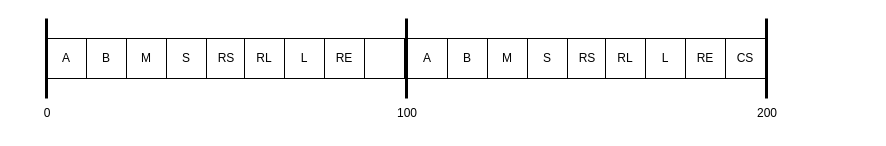
Before: schedulers/arduino/C_stop.drawio in CosminOctavianPetre/RTS-P1-Cyclic-Scheduling, a draw.io diagram. Source tidied: cells renumbered, new cells numbered last; positions are measured from the earlier drawing's top-left corner, leaving out a move shared by most shapes. Both pictures are drawn from the tidied source at 100%, with x=0, y=0 at pixel (17, 18).
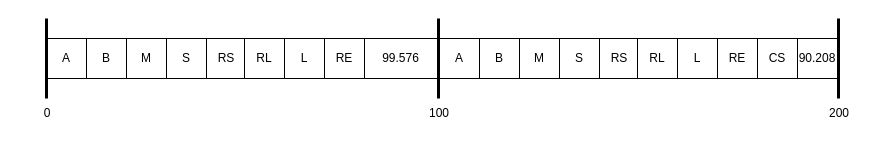
The same diagram, later.

Diff of the diagram source:
```diff
@@
     <mxCell id="4" style="endArrow=none;html=1;rounded=0;strokeWidth=3;strokeColor=default;" parent="1" edge="1">
       <mxGeometry relative="1" as="geometry">
-        <mxPoint x="389" as="sourcePoint" />
-        <mxPoint x="389" y="80" as="targetPoint" />
+        <mxPoint x="421" as="sourcePoint" />
+        <mxPoint x="421" y="80" as="targetPoint" />
       </mxGeometry>
     </mxCell>
     <mxCell id="5" value="100" style="text;html=1;strokeColor=none;fillColor=none;align=center;verticalAlign=middle;whiteSpace=wrap;rounded=0;" parent="1" vertex="1">
-      <mxGeometry x="360" y="80" width="60" height="30" as="geometry" />
+      <mxGeometry x="392" y="80" width="60" height="30" as="geometry" />
     </mxCell>
     <mxCell id="6" value="200" style="text;html=1;strokeColor=none;fillColor=none;align=center;verticalAlign=middle;whiteSpace=wrap;rounded=0;" parent="1" vertex="1">
-      <mxGeometry x="720" y="80" width="60" height="30" as="geometry" />
+      <mxGeometry x="792" y="80" width="60" height="30" as="geometry" />
     </mxCell>
@@
     <mxCell id="8" style="endArrow=none;html=1;rounded=0;strokeWidth=3;strokeColor=default;" parent="1" edge="1">
       <mxGeometry relative="1" as="geometry">
-        <mxPoint x="749" as="sourcePoint" />
-        <mxPoint x="749" y="80" as="targetPoint" />
+        <mxPoint x="821" as="sourcePoint" />
+        <mxPoint x="821" y="80" as="targetPoint" />
       </mxGeometry>
     </mxCell>
@@
     <mxCell id="16" value="B" style="rounded=0;whiteSpace=wrap;html=1;" parent="1" vertex="1">
-      <mxGeometry x="430" y="20" width="40" height="40" as="geometry" />
+      <mxGeometry x="462" y="20" width="40" height="40" as="geometry" />
     </mxCell>
     <mxCell id="17" value="A" style="rounded=0;whiteSpace=wrap;html=1;" parent="1" vertex="1">
-      <mxGeometry x="390" y="20" width="40" height="40" as="geometry" />
+      <mxGeometry x="422" y="20" width="40" height="40" as="geometry" />
     </mxCell>
     <mxCell id="18" value="M" style="rounded=0;whiteSpace=wrap;html=1;" parent="1" vertex="1">
-      <mxGeometry x="470" y="20" width="40" height="40" as="geometry" />
+      <mxGeometry x="502" y="20" width="40" height="40" as="geometry" />
     </mxCell>
     <mxCell id="19" value="S" style="rounded=0;whiteSpace=wrap;html=1;" parent="1" vertex="1">
-      <mxGeometry x="510" y="20" width="40" height="40" as="geometry" />
+      <mxGeometry x="542" y="20" width="40" height="40" as="geometry" />
     </mxCell>
     <mxCell id="20" value="RS" style="rounded=0;whiteSpace=wrap;html=1;" parent="1" vertex="1">
-      <mxGeometry x="550" y="20" width="40" height="40" as="geometry" />
+      <mxGeometry x="582" y="20" width="40" height="40" as="geometry" />
     </mxCell>
     <mxCell id="21" value="RL" style="rounded=0;whiteSpace=wrap;html=1;" parent="1" vertex="1">
-      <mxGeometry x="588" y="20" width="40" height="40" as="geometry" />
+      <mxGeometry x="620" y="20" width="40" height="40" as="geometry" />
     </mxCell>
     <mxCell id="22" value="RE" style="rounded=0;whiteSpace=wrap;html=1;" parent="1" vertex="1">
-      <mxGeometry x="668" y="20" width="40" height="40" as="geometry" />
+      <mxGeometry x="700" y="20" width="40" height="40" as="geometry" />
     </mxCell>
     <mxCell id="23" value="L" style="rounded=0;whiteSpace=wrap;html=1;" parent="1" vertex="1">
-      <mxGeometry x="628" y="20" width="40" height="40" as="geometry" />
+      <mxGeometry x="660" y="20" width="40" height="40" as="geometry" />
     </mxCell>
-    <mxCell id="24" style="rounded=0;whiteSpace=wrap;html=1;" parent="1" vertex="1">
-      <mxGeometry x="347" y="20" width="40" height="40" as="geometry" />
+    <mxCell id="24" value="&lt;div&gt;99.576&lt;/div&gt;" style="rounded=0;whiteSpace=wrap;html=1;" parent="1" vertex="1">
+      <mxGeometry x="347" y="20" width="73" height="40" as="geometry" />
     </mxCell>
     <mxCell id="25" value="&lt;span&gt;CS&lt;/span&gt;" style="rounded=0;whiteSpace=wrap;html=1;" parent="1" vertex="1">
-      <mxGeometry x="708" y="20" width="40" height="40" as="geometry" />
+      <mxGeometry x="740" y="20" width="40" height="40" as="geometry" />
     </mxCell>
+    <mxCell id="26" value="90.208" style="rounded=0;whiteSpace=wrap;html=1;" parent="1" vertex="1">
+      <mxGeometry x="780" y="20" width="40" height="40" as="geometry" />
+    </mxCell>
```
